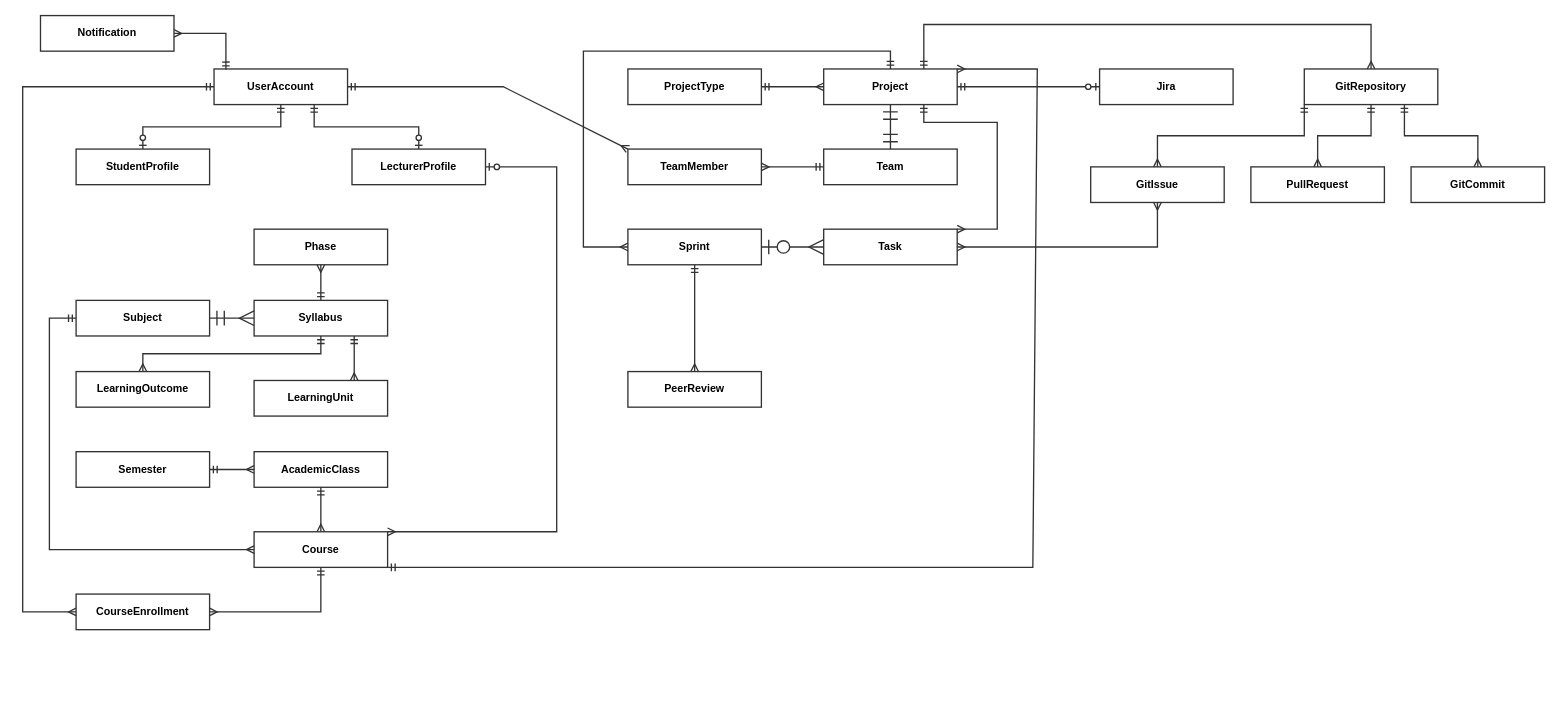
Before: page "Figure 3.2 Conceptual ERD" (1 of 2) of docs/diagrams/19-conceptual-erd.drawio in Saga-Learning-to-Hero/saga-be, a draw.io diagram. Source tidied: cells renumbered, new cells numbered last; positions are measured from the earlier drawing's top-left corner, leaving out a move shared by most shapes. Both pictures are drawn from the tidied source at 89%, with x=0, y=0 at pixel (22, 15).
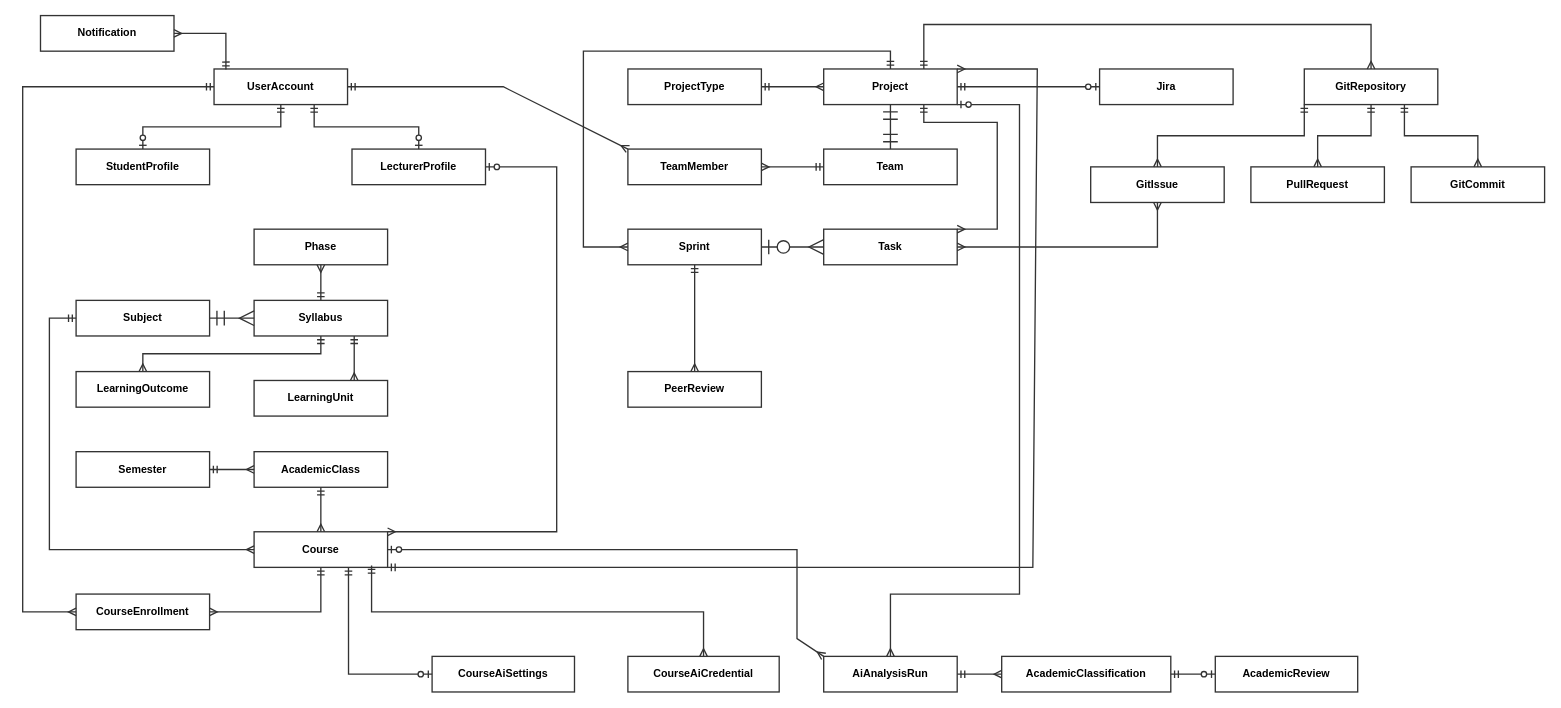
Above is the later version.

The change refers to these unchanged cells:
```xml
<mxCell id="12" value="Course" style="rounded=0;whiteSpace=wrap;html=1;fillColor=#FFFFFF;strokeColor=#333333;strokeWidth=1.5;fontStyle=1;fontSize=12;align=center;verticalAlign=middle;" parent="1" vertex="1">
  <mxGeometry x="260" y="580" width="150" height="40" as="geometry" />
</mxCell>
<mxCell id="15" value="Project" style="rounded=0;whiteSpace=wrap;html=1;fillColor=#FFFFFF;strokeColor=#333333;strokeWidth=1.5;fontStyle=1;fontSize=12;align=center;verticalAlign=middle;" parent="1" vertex="1">
  <mxGeometry x="900" y="60" width="150" height="40" as="geometry" />
</mxCell>
```

The edit, as a diff of the source:
```diff
@@
+    <mxCell id="55" value="CourseAiSettings" style="rounded=0;whiteSpace=wrap;html=1;fillColor=#FFFFFF;strokeColor=#333333;strokeWidth=1.5;fontStyle=1;fontSize=12;align=center;verticalAlign=middle;" parent="1" vertex="1">
+      <mxGeometry x="460" y="720" width="160" height="40" as="geometry" />
+    </mxCell>
+    <mxCell id="56" value="CourseAiCredential" style="rounded=0;whiteSpace=wrap;html=1;fillColor=#FFFFFF;strokeColor=#333333;strokeWidth=1.5;fontStyle=1;fontSize=12;align=center;verticalAlign=middle;" parent="1" vertex="1">
+      <mxGeometry x="680" y="720" width="170" height="40" as="geometry" />
+    </mxCell>
+    <mxCell id="57" value="AiAnalysisRun" style="rounded=0;whiteSpace=wrap;html=1;fillColor=#FFFFFF;strokeColor=#333333;strokeWidth=1.5;fontStyle=1;fontSize=12;align=center;verticalAlign=middle;" parent="1" vertex="1">
+      <mxGeometry x="900" y="720" width="150" height="40" as="geometry" />
+    </mxCell>
+    <mxCell id="58" value="AcademicClassification" style="rounded=0;whiteSpace=wrap;html=1;fillColor=#FFFFFF;strokeColor=#333333;strokeWidth=1.5;fontStyle=1;fontSize=12;align=center;verticalAlign=middle;" parent="1" vertex="1">
+      <mxGeometry x="1100" y="720" width="190" height="40" as="geometry" />
+    </mxCell>
+    <mxCell id="59" value="AcademicReview" style="rounded=0;whiteSpace=wrap;html=1;fillColor=#FFFFFF;strokeColor=#333333;strokeWidth=1.5;fontStyle=1;fontSize=12;align=center;verticalAlign=middle;" parent="1" vertex="1">
+      <mxGeometry x="1340" y="720" width="160" height="40" as="geometry" />
+    </mxCell>
+    <mxCell id="60" style="endArrow=ERmandOne;startArrow=ERmany;html=1;rounded=0;jettySize=auto;strokeWidth=1.5;strokeColor=#333333;exitX=0.5;exitY=0;exitDx=0;exitDy=0;entryX=0.88;entryY=0.95;entryDx=0;entryDy=0;entryPerimeter=0;" parent="1" edge="1" source="56" target="12">
+      <mxGeometry relative="1" as="geometry">
+        <Array as="points">
+          <mxPoint x="765" y="670" />
+          <mxPoint x="392" y="670" />
+        </Array>
+      </mxGeometry>
+    </mxCell>
+    <mxCell id="61" style="endArrow=ERzeroToOne;startArrow=ERmany;html=1;rounded=0;jettySize=auto;strokeWidth=1.5;strokeColor=#333333;exitX=0;exitY=0;exitDx=0;exitDy=0;entryX=1;entryY=0.5;entryDx=0;entryDy=0;" parent="1" edge="1" source="57" target="12">
+      <mxGeometry relative="1" as="geometry">
+        <Array as="points">
+          <mxPoint x="870" y="700" />
+          <mxPoint x="870" y="600" />
+        </Array>
+      </mxGeometry>
+    </mxCell>
+    <mxCell id="62" style="endArrow=ERzeroToOne;startArrow=ERmany;html=1;rounded=0;jettySize=auto;strokeWidth=1.5;strokeColor=#333333;exitX=0.5;exitY=0;exitDx=0;exitDy=0;entryX=1;entryY=1;entryDx=0;entryDy=0;" parent="1" edge="1" source="57" target="15">
+      <mxGeometry relative="1" as="geometry">
+        <Array as="points">
+          <mxPoint x="975" y="650" />
+          <mxPoint x="1120" y="650" />
+          <mxPoint x="1120" y="100" />
+        </Array>
+      </mxGeometry>
+    </mxCell>
+    <mxCell id="63" style="endArrow=ERmandOne;startArrow=ERmany;html=1;rounded=0;jettySize=auto;strokeWidth=1.5;strokeColor=#333333;exitX=0;exitY=0.5;exitDx=0;exitDy=0;entryX=1;entryY=0.5;entryDx=0;entryDy=0;" parent="1" edge="1" source="58" target="57">
+      <mxGeometry relative="1" as="geometry" />
+    </mxCell>
+    <mxCell id="64" style="endArrow=ERmandOne;startArrow=ERzeroToOne;html=1;rounded=0;jettySize=auto;strokeWidth=1.5;strokeColor=#333333;exitX=0;exitY=0.5;exitDx=0;exitDy=0;entryX=1;entryY=0.5;entryDx=0;entryDy=0;" parent="1" edge="1" source="59" target="58">
+      <mxGeometry relative="1" as="geometry" />
+    </mxCell>
+    <mxCell id="65" style="endArrow=ERmandOne;startArrow=ERzeroToOne;html=1;rounded=0;jettySize=auto;strokeWidth=1.5;strokeColor=#333333;exitX=0;exitY=0.5;exitDx=0;exitDy=0;entryX=0.707;entryY=1;entryDx=0;entryDy=0;entryPerimeter=0;" parent="1" edge="1" source="55" target="12">
+      <mxGeometry relative="1" as="geometry">
+        <Array as="points">
+          <mxPoint x="366.1" y="740" />
+        </Array>
+      </mxGeometry>
+    </mxCell>
```
